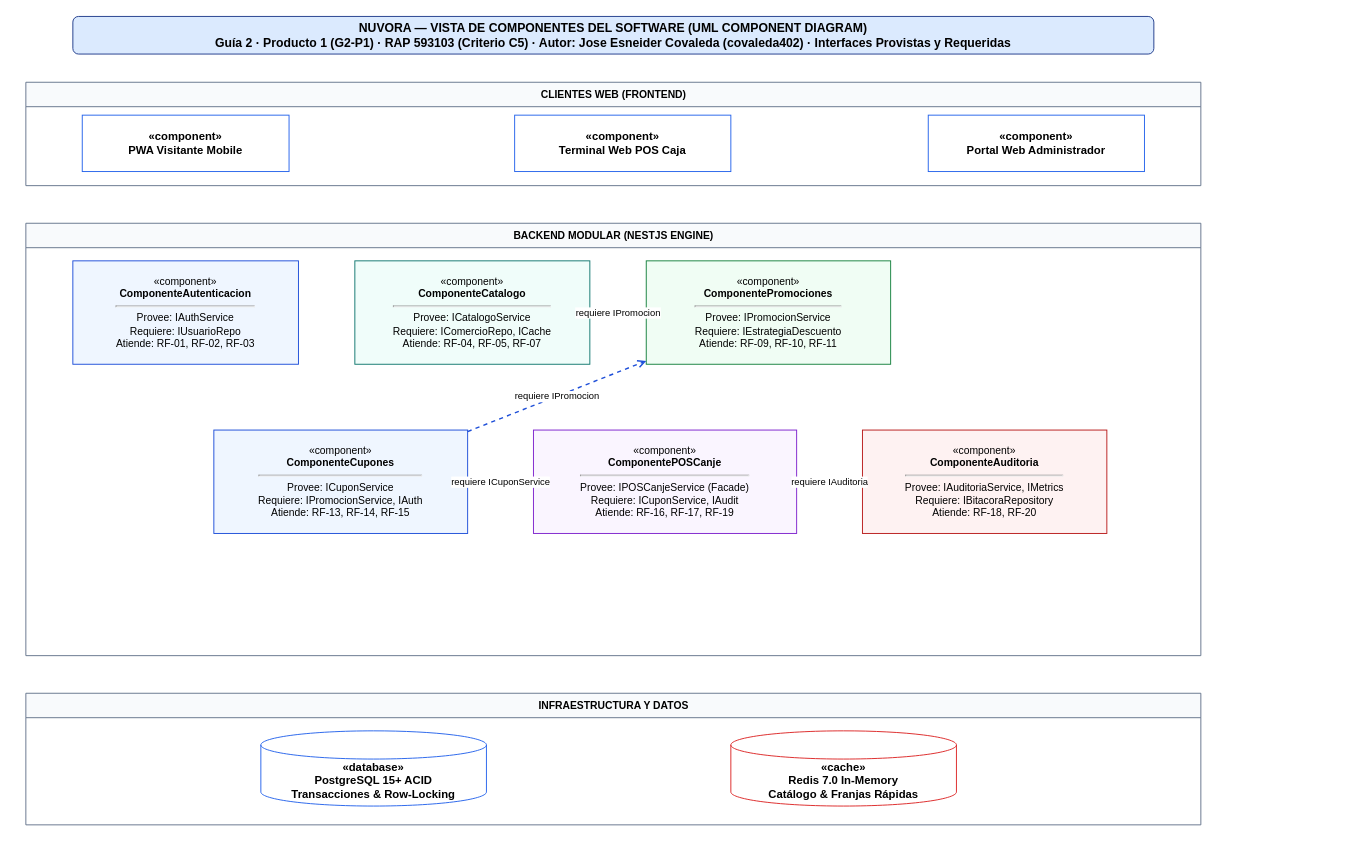
This is 02-training-project/01-phase/02-planning/06-architecture/04-evidence-learning/G2-P1-covaleda/05-vista-componentes.drawio from covaleda402/ADSO-3413974, a draw.io file, before an edit. Source tidied: cells renumbered, new cells numbered last; positions are measured from the earlier drawing's top-left corner, leaving out a move shared by most shapes. Both pictures are drawn from the tidied source at 94%, with x=0, y=0 at pixel (25, 16).
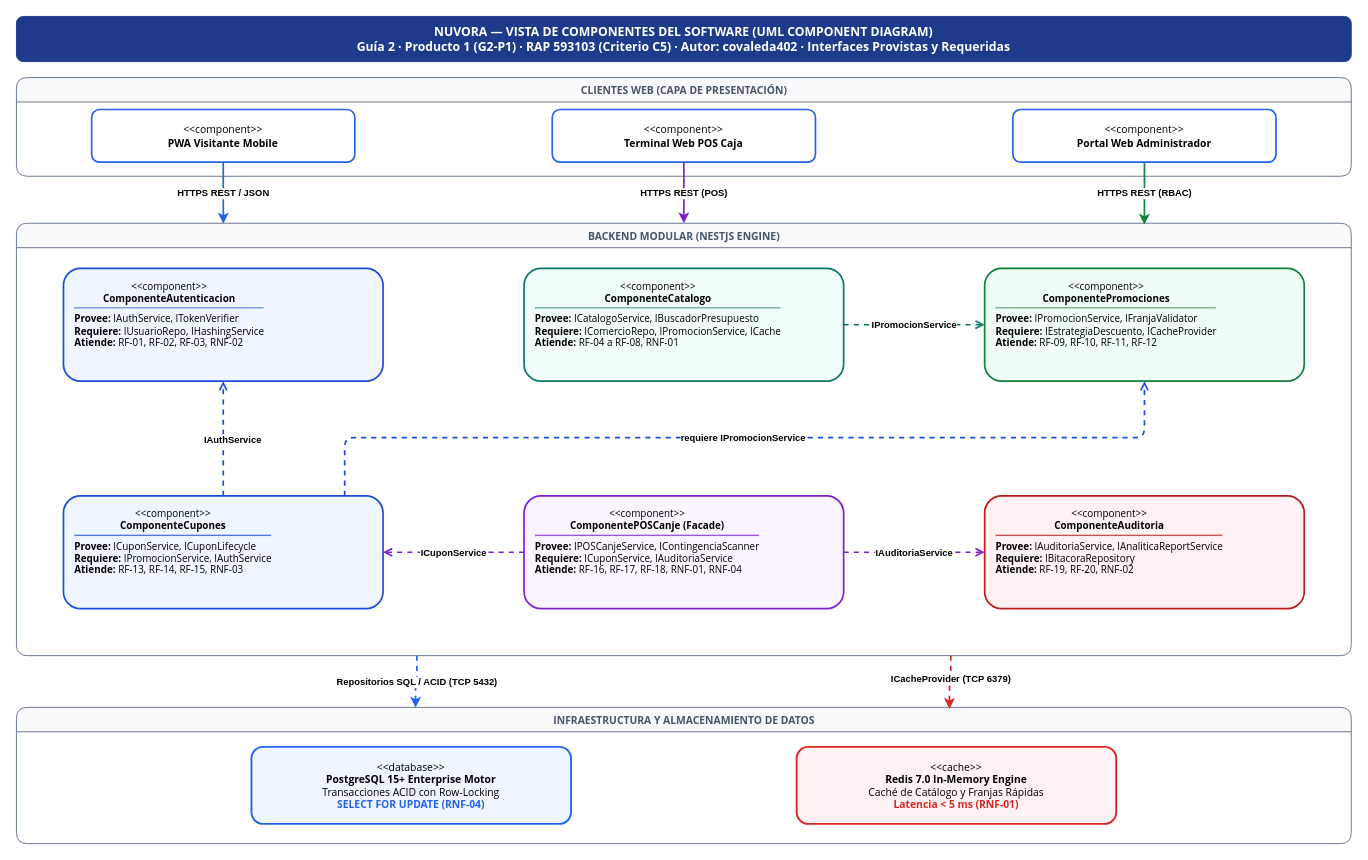
Above is the later version.

Diff of the diagram source:
```diff
@@
-    <mxCell id="2" value="NUVORA — VISTA DE COMPONENTES DEL SOFTWARE (UML COMPONENT DIAGRAM)&#10;Guía 2 · Producto 1 (G2-P1) · RAP 593103 (Criterio C5) · Autor: Jose Esneider Covaleda (covaleda402) · Interfaces Provistas y Requeridas" style="text;html=1;strokeColor=#1E3A8A;fillColor=#DBEAFE;align=center;verticalAlign=middle;whiteSpace=wrap;rounded=1;fontSize=13;fontStyle=1;" parent="1" vertex="1">
-      <mxGeometry x="50" width="1150" height="40" as="geometry" />
+    <mxCell id="2" value="NUVORA — VISTA DE COMPONENTES DEL SOFTWARE (UML COMPONENT DIAGRAM)&#10;Guía 2 · Producto 1 (G2-P1) · RAP 593103 (Criterio C5) · Autor: covaleda402 · Interfaces Provistas y Requeridas" style="rounded=1;whiteSpace=wrap;html=1;strokeColor=#1E3A8A;fillColor=#1E3A8A;fontColor=#FFFFFF;align=center;verticalAlign=middle;fontSize=13;fontStyle=1;fontFamily=Segoe UI;" parent="1" vertex="1">
+      <mxGeometry x="-10" width="1420" height="48" as="geometry" />
     </mxCell>
-    <mxCell id="3" value="CLIENTES WEB (FRONTEND)" style="swimlane;html=1;startSize=26;fillColor=#F8FAFC;strokeColor=#64748B;fontSize=11;fontStyle=1;" parent="1" vertex="1">
-      <mxGeometry y="70" width="1250" height="110" as="geometry" />
+    <mxCell id="3" value="CLIENTES WEB (CAPA DE PRESENTACIÓN)" style="swimlane;html=1;startSize=26;fillColor=#F8FAFC;strokeColor=#64748B;fontColor=#475569;fontSize=11;fontStyle=1;rounded=1;fontFamily=Segoe UI;" parent="1" vertex="1">
+      <mxGeometry x="-10" y="65" width="1420" height="105" as="geometry" />
     </mxCell>
-    <mxCell id="4" value="«component»&lt;br&gt;&lt;b&gt;PWA Visitante Mobile&lt;/b&gt;" style="html=1;whiteSpace=wrap;fillColor=#FFFFFF;strokeColor=#2563EB;fontStyle=1;" parent="3" vertex="1">
-      <mxGeometry x="60" y="35" width="220" height="60" as="geometry" />
+    <mxCell id="4" value="&amp;lt;&amp;lt;component&amp;gt;&amp;gt;&lt;br/&gt;&lt;b&gt;PWA Visitante Mobile&lt;/b&gt;" style="rounded=1;whiteSpace=wrap;html=1;fillColor=#FFFFFF;strokeColor=#2563EB;strokeWidth=1.8;fontSize=11;fontFamily=Segoe UI;" parent="3" vertex="1">
+      <mxGeometry x="80" y="34" width="280" height="56" as="geometry" />
     </mxCell>
-    <mxCell id="5" value="«component»&lt;br&gt;&lt;b&gt;Terminal Web POS Caja&lt;/b&gt;" style="html=1;whiteSpace=wrap;fillColor=#FFFFFF;strokeColor=#2563EB;fontStyle=1;" parent="3" vertex="1">
-      <mxGeometry x="520" y="35" width="230" height="60" as="geometry" />
+    <mxCell id="5" value="&amp;lt;&amp;lt;component&amp;gt;&amp;gt;&lt;br/&gt;&lt;b&gt;Terminal Web POS Caja&lt;/b&gt;" style="rounded=1;whiteSpace=wrap;html=1;fillColor=#FFFFFF;strokeColor=#2563EB;strokeWidth=1.8;fontSize=11;fontFamily=Segoe UI;" parent="3" vertex="1">
+      <mxGeometry x="570" y="34" width="280" height="56" as="geometry" />
     </mxCell>
-    <mxCell id="6" value="«component»&lt;br&gt;&lt;b&gt;Portal Web Administrador&lt;/b&gt;" style="html=1;whiteSpace=wrap;fillColor=#FFFFFF;strokeColor=#2563EB;fontStyle=1;" parent="3" vertex="1">
-      <mxGeometry x="960" y="35" width="230" height="60" as="geometry" />
+    <mxCell id="6" value="&amp;lt;&amp;lt;component&amp;gt;&amp;gt;&lt;br/&gt;&lt;b&gt;Portal Web Administrador&lt;/b&gt;" style="rounded=1;whiteSpace=wrap;html=1;fillColor=#FFFFFF;strokeColor=#2563EB;strokeWidth=1.8;fontSize=11;fontFamily=Segoe UI;" parent="3" vertex="1">
+      <mxGeometry x="1060" y="34" width="280" height="56" as="geometry" />
     </mxCell>
-    <mxCell id="7" value="BACKEND MODULAR (NESTJS ENGINE)" style="swimlane;html=1;startSize=26;fillColor=#F8FAFC;strokeColor=#64748B;fontSize=11;fontStyle=1;" parent="1" vertex="1">
-      <mxGeometry y="220" width="1250" height="460" as="geometry" />
+    <mxCell id="7" value="BACKEND MODULAR (NESTJS ENGINE)" style="swimlane;html=1;startSize=26;fillColor=#F8FAFC;strokeColor=#64748B;fontColor=#475569;fontSize=11;fontStyle=1;rounded=1;fontFamily=Segoe UI;" parent="1" vertex="1">
+      <mxGeometry x="-10" y="220" width="1420" height="460" as="geometry" />
     </mxCell>
-    <mxCell id="8" value="«component»&lt;br&gt;&lt;b&gt;ComponenteAutenticacion&lt;/b&gt;&lt;hr&gt;Provee: IAuthService&lt;br&gt;Requiere: IUsuarioRepo&lt;br&gt;Atiende: RF-01, RF-02, RF-03" style="html=1;whiteSpace=wrap;fillColor=#EFF6FF;strokeColor=#1D4ED8;fontSize=11;" parent="7" vertex="1">
-      <mxGeometry x="50" y="40" width="240" height="110" as="geometry" />
+    <mxCell id="8" value="&lt;p style=&quot;margin:0px;text-align:center;&quot;&gt;&amp;lt;&amp;lt;component&amp;gt;&amp;gt;&lt;br/&gt;&lt;b&gt;ComponenteAutenticacion&lt;/b&gt;&lt;/p&gt;&lt;hr style=&quot;border-top:1px solid #1D4ED8;margin:4px 0px;&quot;/&gt;&lt;b&gt;Provee:&lt;/b&gt; IAuthService, ITokenVerifier&lt;br/&gt;&lt;b&gt;Requiere:&lt;/b&gt; IUsuarioRepo, IHashingService&lt;br/&gt;&lt;b&gt;Atiende:&lt;/b&gt; RF-01, RF-02, RF-03, RNF-02" style="rounded=1;whiteSpace=wrap;html=1;align=left;verticalAlign=top;spacingLeft=10;spacingRight=10;spacingTop=6;fillColor=#EFF6FF;strokeColor=#1D4ED8;strokeWidth=1.8;fontSize=10.5;fontFamily=Segoe UI;" parent="7" vertex="1">
+      <mxGeometry x="50" y="48" width="340" height="120" as="geometry" />
     </mxCell>
-    <mxCell id="9" value="«component»&lt;br&gt;&lt;b&gt;ComponenteCatalogo&lt;/b&gt;&lt;hr&gt;Provee: ICatalogoService&lt;br&gt;Requiere: IComercioRepo, ICache&lt;br&gt;Atiende: RF-04, RF-05, RF-07" style="html=1;whiteSpace=wrap;fillColor=#F0FDFA;strokeColor=#0F766E;fontSize=11;" parent="7" vertex="1">
-      <mxGeometry x="350" y="40" width="250" height="110" as="geometry" />
+    <mxCell id="9" value="&lt;p style=&quot;margin:0px;text-align:center;&quot;&gt;&amp;lt;&amp;lt;component&amp;gt;&amp;gt;&lt;br/&gt;&lt;b&gt;ComponenteCatalogo&lt;/b&gt;&lt;/p&gt;&lt;hr style=&quot;border-top:1px solid #0F766E;margin:4px 0px;&quot;/&gt;&lt;b&gt;Provee:&lt;/b&gt; ICatalogoService, IBuscadorPresupuesto&lt;br/&gt;&lt;b&gt;Requiere:&lt;/b&gt; IComercioRepo, IPromocionService, ICache&lt;br/&gt;&lt;b&gt;Atiende:&lt;/b&gt; RF-04 a RF-08, RNF-01" style="rounded=1;whiteSpace=wrap;html=1;align=left;verticalAlign=top;spacingLeft=10;spacingRight=10;spacingTop=6;fillColor=#F0FDFA;strokeColor=#0F766E;strokeWidth=1.8;fontSize=10.5;fontFamily=Segoe UI;" parent="7" vertex="1">
+      <mxGeometry x="540" y="48" width="340" height="120" as="geometry" />
     </mxCell>
-    <mxCell id="10" value="«component»&lt;br&gt;&lt;b&gt;ComponentePromociones&lt;/b&gt;&lt;hr&gt;Provee: IPromocionService&lt;br&gt;Requiere: IEstrategiaDescuento&lt;br&gt;Atiende: RF-09, RF-10, RF-11" style="html=1;whiteSpace=wrap;fillColor=#F0FDF4;strokeColor=#15803D;fontSize=11;" parent="7" vertex="1">
-      <mxGeometry x="660" y="40" width="260" height="110" as="geometry" />
+    <mxCell id="10" value="&lt;p style=&quot;margin:0px;text-align:center;&quot;&gt;&amp;lt;&amp;lt;component&amp;gt;&amp;gt;&lt;br/&gt;&lt;b&gt;ComponentePromociones&lt;/b&gt;&lt;/p&gt;&lt;hr style=&quot;border-top:1px solid #15803D;margin:4px 0px;&quot;/&gt;&lt;b&gt;Provee:&lt;/b&gt; IPromocionService, IFranjaValidator&lt;br/&gt;&lt;b&gt;Requiere:&lt;/b&gt; IEstrategiaDescuento, ICacheProvider&lt;br/&gt;&lt;b&gt;Atiende:&lt;/b&gt; RF-09, RF-10, RF-11, RF-12" style="rounded=1;whiteSpace=wrap;html=1;align=left;verticalAlign=top;spacingLeft=10;spacingRight=10;spacingTop=6;fillColor=#F0FDF4;strokeColor=#15803D;strokeWidth=1.8;fontSize=10.5;fontFamily=Segoe UI;" parent="7" vertex="1">
+      <mxGeometry x="1030" y="48" width="340" height="120" as="geometry" />
     </mxCell>
-    <mxCell id="11" value="«component»&lt;br&gt;&lt;b&gt;ComponenteCupones&lt;/b&gt;&lt;hr&gt;Provee: ICuponService&lt;br&gt;Requiere: IPromocionService, IAuth&lt;br&gt;Atiende: RF-13, RF-14, RF-15" style="html=1;whiteSpace=wrap;fillColor=#EFF6FF;strokeColor=#1D4ED8;fontSize=11;" parent="7" vertex="1">
-      <mxGeometry x="200" y="220" width="270" height="110" as="geometry" />
+    <mxCell id="11" value="&lt;p style=&quot;margin:0px;text-align:center;&quot;&gt;&amp;lt;&amp;lt;component&amp;gt;&amp;gt;&lt;br/&gt;&lt;b&gt;ComponenteCupones&lt;/b&gt;&lt;/p&gt;&lt;hr style=&quot;border-top:1px solid #1D4ED8;margin:4px 0px;&quot;/&gt;&lt;b&gt;Provee:&lt;/b&gt; ICuponService, ICuponLifecycle&lt;br/&gt;&lt;b&gt;Requiere:&lt;/b&gt; IPromocionService, IAuthService&lt;br/&gt;&lt;b&gt;Atiende:&lt;/b&gt; RF-13, RF-14, RF-15, RNF-03" style="rounded=1;whiteSpace=wrap;html=1;align=left;verticalAlign=top;spacingLeft=10;spacingRight=10;spacingTop=6;fillColor=#EFF6FF;strokeColor=#1D4ED8;strokeWidth=1.8;fontSize=10.5;fontFamily=Segoe UI;" parent="7" vertex="1">
+      <mxGeometry x="50" y="290" width="340" height="120" as="geometry" />
     </mxCell>
-    <mxCell id="12" value="«component»&lt;br&gt;&lt;b&gt;ComponentePOSCanje&lt;/b&gt;&lt;hr&gt;Provee: IPOSCanjeService (Facade)&lt;br&gt;Requiere: ICuponService, IAudit&lt;br&gt;Atiende: RF-16, RF-17, RF-19" style="html=1;whiteSpace=wrap;fillColor=#FAF5FF;strokeColor=#7E22CE;fontSize=11;" parent="7" vertex="1">
-      <mxGeometry x="540" y="220" width="280" height="110" as="geometry" />
+    <mxCell id="12" value="&lt;p style=&quot;margin:0px;text-align:center;&quot;&gt;&amp;lt;&amp;lt;component&amp;gt;&amp;gt;&lt;br/&gt;&lt;b&gt;ComponentePOSCanje (Facade)&lt;/b&gt;&lt;/p&gt;&lt;hr style=&quot;border-top:1px solid #7E22CE;margin:4px 0px;&quot;/&gt;&lt;b&gt;Provee:&lt;/b&gt; IPOSCanjeService, IContingenciaScanner&lt;br/&gt;&lt;b&gt;Requiere:&lt;/b&gt; ICuponService, IAuditoriaService&lt;br/&gt;&lt;b&gt;Atiende:&lt;/b&gt; RF-16, RF-17, RF-18, RNF-01, RNF-04" style="rounded=1;whiteSpace=wrap;html=1;align=left;verticalAlign=top;spacingLeft=10;spacingRight=10;spacingTop=6;fillColor=#FAF5FF;strokeColor=#7E22CE;strokeWidth=1.8;fontSize=10.5;fontFamily=Segoe UI;" parent="7" vertex="1">
+      <mxGeometry x="540" y="290" width="340" height="120" as="geometry" />
     </mxCell>
-    <mxCell id="13" value="«component»&lt;br&gt;&lt;b&gt;ComponenteAuditoria&lt;/b&gt;&lt;hr&gt;Provee: IAuditoriaService, IMetrics&lt;br&gt;Requiere: IBitacoraRepository&lt;br&gt;Atiende: RF-18, RF-20" style="html=1;whiteSpace=wrap;fillColor=#FEF2F2;strokeColor=#B91C1C;fontSize=11;" parent="7" vertex="1">
-      <mxGeometry x="890" y="220" width="260" height="110" as="geometry" />
+    <mxCell id="13" value="&lt;p style=&quot;margin:0px;text-align:center;&quot;&gt;&amp;lt;&amp;lt;component&amp;gt;&amp;gt;&lt;br/&gt;&lt;b&gt;ComponenteAuditoria&lt;/b&gt;&lt;/p&gt;&lt;hr style=&quot;border-top:1px solid #B91C1C;margin:4px 0px;&quot;/&gt;&lt;b&gt;Provee:&lt;/b&gt; IAuditoriaService, IAnaliticaReportService&lt;br/&gt;&lt;b&gt;Requiere:&lt;/b&gt; IBitacoraRepository&lt;br/&gt;&lt;b&gt;Atiende:&lt;/b&gt; RF-19, RF-20, RNF-02" style="rounded=1;whiteSpace=wrap;html=1;align=left;verticalAlign=top;spacingLeft=10;spacingRight=10;spacingTop=6;fillColor=#FEF2F2;strokeColor=#B91C1C;strokeWidth=1.8;fontSize=10.5;fontFamily=Segoe UI;" parent="7" vertex="1">
+      <mxGeometry x="1030" y="290" width="340" height="120" as="geometry" />
     </mxCell>
+    <mxCell id="17" value="ICuponService" style="edgeStyle=orthogonalEdgeStyle;endArrow=open;dashed=1;html=1;strokeColor=#7E22CE;strokeWidth=1.8;fontSize=10;fontStyle=1;labelBackgroundColor=#ffffff;exitX=0;exitY=0.5;entryX=1;entryY=0.5;" parent="7" edge="1" source="12" target="11">
+      <mxGeometry relative="1" as="geometry" />
+    </mxCell>
+    <mxCell id="18" value="IAuditoriaService" style="edgeStyle=orthogonalEdgeStyle;endArrow=open;dashed=1;html=1;strokeColor=#7E22CE;strokeWidth=1.8;fontSize=10;fontStyle=1;labelBackgroundColor=#ffffff;exitX=1;exitY=0.5;entryX=0;entryY=0.5;" parent="7" edge="1" source="12" target="13">
+      <mxGeometry relative="1" as="geometry" />
+    </mxCell>
+    <mxCell id="20" value="IPromocionService" style="edgeStyle=orthogonalEdgeStyle;endArrow=open;dashed=1;html=1;strokeColor=#0F766E;strokeWidth=1.8;fontSize=10;fontStyle=1;labelBackgroundColor=#ffffff;exitX=1;exitY=0.5;entryX=0;entryY=0.5;" parent="7" edge="1" source="9" target="10">
+      <mxGeometry relative="1" as="geometry" />
+    </mxCell>
+    <mxCell id="21" value="IAuthService" style="edgeStyle=orthogonalEdgeStyle;endArrow=open;dashed=1;html=1;strokeColor=#1D4ED8;strokeWidth=1.8;fontSize=10;fontStyle=1;labelBackgroundColor=#ffffff;exitX=0.5;exitY=0;entryX=0.5;entryY=1;" parent="7" edge="1" source="11" target="8">
+      <mxGeometry x="-0.02" y="-10" relative="1" as="geometry" />
+    </mxCell>
+    <mxCell id="19" value="requiere IPromocionService" style="edgeStyle=orthogonalEdgeStyle;endArrow=open;dashed=1;html=1;strokeColor=#1D4ED8;strokeWidth=1.8;fontSize=10;fontStyle=1;labelBackgroundColor=#ffffff;exitX=0.88;exitY=0;entryX=0.5;entryY=1;" parent="7" edge="1" source="11" target="10">
+      <mxGeometry relative="1" as="geometry">
+        <Array as="points">
+          <mxPoint x="349" y="228" />
+          <mxPoint x="1200" y="228" />
+        </Array>
+      </mxGeometry>
+    </mxCell>
-    <mxCell id="14" value="INFRAESTRUCTURA Y DATOS" style="swimlane;html=1;startSize=26;fillColor=#F8FAFC;strokeColor=#64748B;fontSize=11;fontStyle=1;" parent="1" vertex="1">
-      <mxGeometry y="720" width="1250" height="140" as="geometry" />
+    <mxCell id="14" value="INFRAESTRUCTURA Y ALMACENAMIENTO DE DATOS" style="swimlane;html=1;startSize=26;fillColor=#F8FAFC;strokeColor=#64748B;fontColor=#475569;fontSize=11;fontStyle=1;rounded=1;fontFamily=Segoe UI;" parent="1" vertex="1">
+      <mxGeometry x="-10" y="735" width="1420" height="145" as="geometry" />
     </mxCell>
-    <mxCell id="15" value="«database»&lt;br&gt;&lt;b&gt;PostgreSQL 15+ ACID&lt;/b&gt;&lt;br&gt;Transacciones &amp; Row-Locking" style="shape=cylinder3;whiteSpace=wrap;html=1;boundedLbl=1;backgroundOutline=1;fillColor=#FFFFFF;strokeColor=#2563EB;fontStyle=1;" parent="14" vertex="1">
-      <mxGeometry x="250" y="40" width="240" height="80" as="geometry" />
+    <mxCell id="15" value="&amp;lt;&amp;lt;database&amp;gt;&amp;gt;&lt;br/&gt;&lt;b&gt;PostgreSQL 15+ Enterprise Motor&lt;/b&gt;&lt;br/&gt;Transacciones ACID con Row-Locking&lt;br/&gt;&lt;font color=&quot;#2563EB&quot;&gt;&lt;b&gt;SELECT FOR UPDATE (RNF-04)&lt;/b&gt;&lt;/font&gt;" style="rounded=1;whiteSpace=wrap;html=1;fillColor=#EFF6FF;strokeColor=#2563EB;strokeWidth=2;fontSize=11;fontFamily=Segoe UI;" parent="14" vertex="1">
+      <mxGeometry x="250" y="42" width="340" height="82" as="geometry" />
     </mxCell>
-    <mxCell id="16" value="«cache»&lt;br&gt;&lt;b&gt;Redis 7.0 In-Memory&lt;/b&gt;&lt;br&gt;Catálogo &amp; Franjas Rápidas" style="shape=cylinder3;whiteSpace=wrap;html=1;boundedLbl=1;backgroundOutline=1;fillColor=#FFFFFF;strokeColor=#DC2626;fontStyle=1;" parent="14" vertex="1">
-      <mxGeometry x="750" y="40" width="240" height="80" as="geometry" />
+    <mxCell id="16" value="&amp;lt;&amp;lt;cache&amp;gt;&amp;gt;&lt;br/&gt;&lt;b&gt;Redis 7.0 In-Memory Engine&lt;/b&gt;&lt;br/&gt;Caché de Catálogo y Franjas Rápidas&lt;br/&gt;&lt;font color=&quot;#DC2626&quot;&gt;&lt;b&gt;Latencia &amp;lt; 5 ms (RNF-01)&lt;/b&gt;&lt;/font&gt;" style="rounded=1;whiteSpace=wrap;html=1;fillColor=#FEF2F2;strokeColor=#DC2626;strokeWidth=2;fontSize=11;fontFamily=Segoe UI;" parent="14" vertex="1">
+      <mxGeometry x="830" y="42" width="340" height="82" as="geometry" />
     </mxCell>
-    <mxCell id="17" value="requiere ICuponService" style="endArrow=open;dashed=1;html=1;strokeColor=#7E22CE;strokeWidth=1.5;fontSize=10;" parent="7" edge="1" source="12" target="11">
-      <mxGeometry relative="1" as="geometry" />
-    </mxCell>
-    <mxCell id="18" value="requiere IAuditoria" style="endArrow=open;dashed=1;html=1;strokeColor=#7E22CE;strokeWidth=1.5;fontSize=10;" parent="7" edge="1" source="12" target="13">
-      <mxGeometry relative="1" as="geometry" />
-    </mxCell>
-    <mxCell id="19" value="requiere IPromocion" style="endArrow=open;dashed=1;html=1;strokeColor=#1D4ED8;strokeWidth=1.5;fontSize=10;" parent="7" edge="1" source="11" target="10">
-      <mxGeometry relative="1" as="geometry" />
-    </mxCell>
-    <mxCell id="20" value="requiere IPromocion" style="endArrow=open;dashed=1;html=1;strokeColor=#0F766E;strokeWidth=1.5;fontSize=10;" parent="7" edge="1" source="9" target="10">
-      <mxGeometry relative="1" as="geometry" />
-    </mxCell>
+    <mxCell id="22" value="HTTPS REST / JSON" style="edgeStyle=orthogonalEdgeStyle;endArrow=classic;html=1;strokeColor=#2563EB;strokeWidth=1.8;fontSize=10;fontStyle=1;labelBackgroundColor=#ffffff;exitX=0.5;exitY=1;entryX=0.155;entryY=0.001;entryDx=0;entryDy=0;entryPerimeter=0;" parent="1" edge="1" source="4" target="7">
+      <mxGeometry relative="1" as="geometry" />
+    </mxCell>
+    <mxCell id="23" value="HTTPS REST (POS)" style="edgeStyle=orthogonalEdgeStyle;endArrow=classic;html=1;strokeColor=#7E22CE;strokeWidth=1.8;fontSize=10;fontStyle=1;labelBackgroundColor=#ffffff;exitX=0.5;exitY=1;entryX=0.5;entryY=0;" parent="1" edge="1" source="5" target="7">
+      <mxGeometry relative="1" as="geometry" />
+    </mxCell>
+    <mxCell id="24" value="HTTPS REST (RBAC)" style="edgeStyle=orthogonalEdgeStyle;endArrow=classic;html=1;strokeColor=#15803D;strokeWidth=1.8;fontSize=10;fontStyle=1;labelBackgroundColor=#ffffff;exitX=0.5;exitY=1;entryX=0.845;entryY=0.003;entryDx=0;entryDy=0;entryPerimeter=0;" parent="1" edge="1" source="6" target="7">
+      <mxGeometry relative="1" as="geometry" />
+    </mxCell>
+    <mxCell id="25" value="Repositorios SQL / ACID (TCP 5432)" style="edgeStyle=orthogonalEdgeStyle;endArrow=classic;dashed=1;html=1;strokeColor=#2563EB;strokeWidth=1.8;fontSize=10;fontStyle=1;labelBackgroundColor=#ffffff;exitX=0.3;exitY=1;entryX=0.299;entryY=0.002;entryDx=0;entryDy=0;entryPerimeter=0;" parent="1" edge="1" source="7" target="14">
+      <mxGeometry relative="1" as="geometry" />
+    </mxCell>
+    <mxCell id="26" value="ICacheProvider (TCP 6379)" style="edgeStyle=orthogonalEdgeStyle;endArrow=classic;dashed=1;html=1;strokeColor=#DC2626;strokeWidth=1.8;fontSize=10;fontStyle=1;labelBackgroundColor=#ffffff;exitX=0.7;exitY=1;entryX=0.699;entryY=0.012;entryDx=0;entryDy=0;entryPerimeter=0;" parent="1" edge="1" source="7" target="14">
+      <mxGeometry x="-0.14" relative="1" as="geometry" />
+    </mxCell>
```
